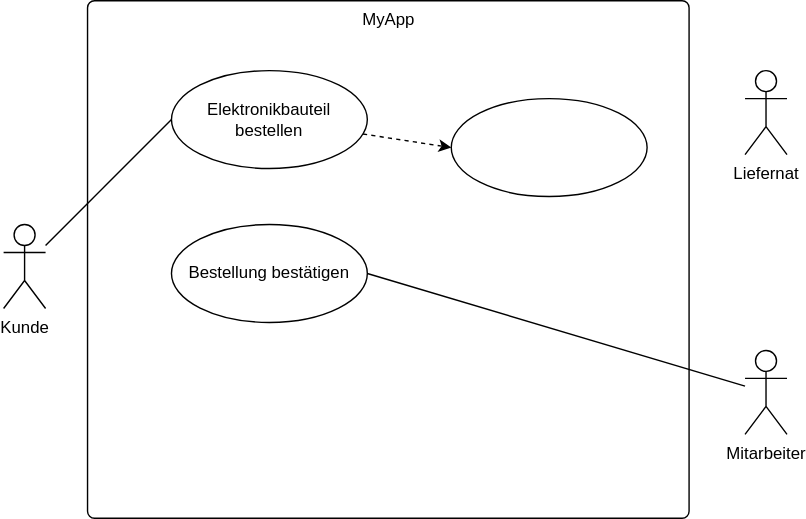
Earlier version of the draw.io export figures/uc-diagram.drawio.svg (reiflja1/gruppenarbeitSE2). Source tidied: cells renumbered, new cells last; positions are measured from the earlier drawing's top-left corner, leaving out a move shared by most shapes.
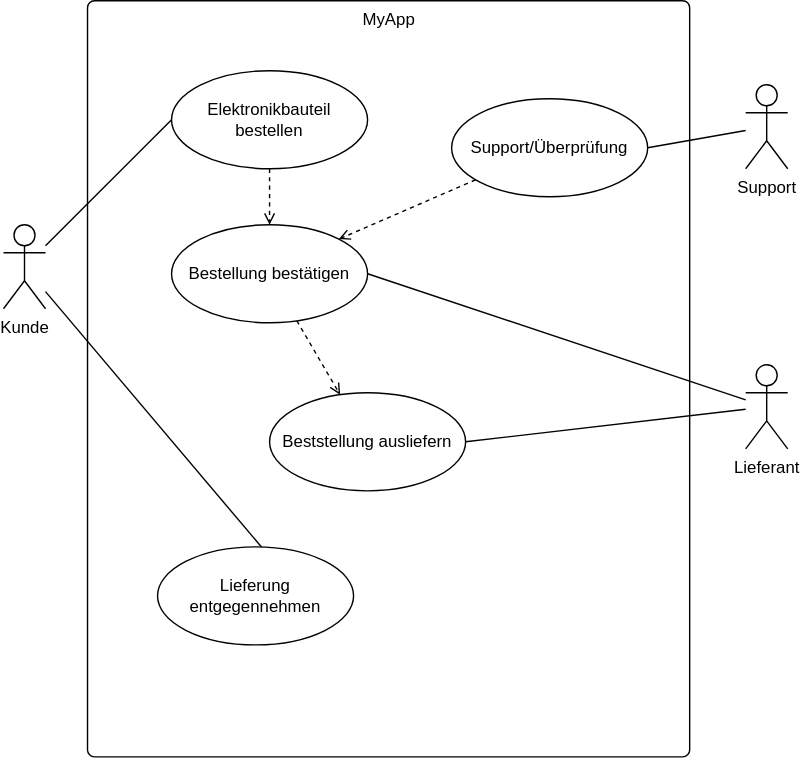
The same file after the commit.

Diff of the diagram source:
```diff
@@ -3,34 +3,55 @@
     <mxCell id="0" />
     <mxCell id="1" parent="0" />
     <mxCell id="2" value="MyApp" style="html=1;align=center;verticalAlign=top;rounded=1;absoluteArcSize=1;arcSize=10;dashed=0;" parent="1" vertex="1">
-      <mxGeometry x="60" width="430" height="370" as="geometry" />
+      <mxGeometry x="60" width="430" height="540" as="geometry" />
     </mxCell>
+    <mxCell id="12" style="edgeStyle=none;sketch=0;html=1;entryX=1;entryY=0.5;entryDx=0;entryDy=0;endArrow=none;endFill=0;" parent="1" edge="1" source="3" target="6">
+      <mxGeometry relative="1" as="geometry" />
+    </mxCell>
+    <mxCell id="13" style="edgeStyle=none;sketch=0;html=1;entryX=1;entryY=0.5;entryDx=0;entryDy=0;endArrow=none;endFill=0;" parent="1" edge="1" source="3" target="19">
+      <mxGeometry relative="1" as="geometry" />
+    </mxCell>
-    <mxCell id="3" value="Liefernat" style="shape=umlActor;verticalLabelPosition=bottom;verticalAlign=top;html=1;" parent="1" vertex="1">
-      <mxGeometry x="530" y="50" width="30" height="60" as="geometry" />
+    <mxCell id="3" value="Lieferant" style="shape=umlActor;verticalLabelPosition=bottom;verticalAlign=top;html=1;" parent="1" vertex="1">
+      <mxGeometry x="530" y="260" width="30" height="60" as="geometry" />
     </mxCell>
-    <mxCell id="4" style="edgeStyle=none;sketch=0;html=1;entryX=0;entryY=0.5;entryDx=0;entryDy=0;endArrow=classic;endFill=1;dashed=1;" parent="1" edge="1" source="5" target="9">
-      <mxGeometry relative="1" as="geometry" />
-    </mxCell>
+    <mxCell id="14" style="edgeStyle=none;sketch=0;html=1;dashed=1;endArrow=open;endFill=0;" parent="1" edge="1" source="5" target="6">
+      <mxGeometry relative="1" as="geometry" />
+    </mxCell>
     <mxCell id="5" value="Elektronikbauteil bestellen" style="ellipse;whiteSpace=wrap;html=1;" parent="1" vertex="1">
       <mxGeometry x="120" y="50" width="140" height="70" as="geometry" />
     </mxCell>
+    <mxCell id="15" style="edgeStyle=none;sketch=0;html=1;endArrow=open;endFill=0;dashed=1;" parent="1" edge="1" source="6" target="19">
+      <mxGeometry relative="1" as="geometry" />
+    </mxCell>
     <mxCell id="6" value="Bestellung bestätigen" style="ellipse;whiteSpace=wrap;html=1;" parent="1" vertex="1">
       <mxGeometry x="120" y="160" width="140" height="70" as="geometry" />
     </mxCell>
     <mxCell id="7" style="edgeStyle=none;sketch=0;html=1;entryX=0;entryY=0.5;entryDx=0;entryDy=0;endArrow=none;endFill=0;" parent="1" edge="1" source="8" target="5">
       <mxGeometry relative="1" as="geometry" />
     </mxCell>
+    <mxCell id="16" style="edgeStyle=none;sketch=0;html=1;entryX=0.57;entryY=0.096;entryDx=0;entryDy=0;entryPerimeter=0;endArrow=none;endFill=0;" parent="1" edge="1" source="8" target="20">
+      <mxGeometry relative="1" as="geometry" />
+    </mxCell>
     <mxCell id="8" value="Kunde" style="shape=umlActor;verticalLabelPosition=bottom;verticalAlign=top;html=1;" parent="1" vertex="1">
       <mxGeometry y="160" width="30" height="60" as="geometry" />
     </mxCell>
+    <mxCell id="17" style="edgeStyle=none;sketch=0;html=1;entryX=1;entryY=0;entryDx=0;entryDy=0;endArrow=open;endFill=0;dashed=1;" parent="1" edge="1" source="9" target="6">
+      <mxGeometry relative="1" as="geometry" />
+    </mxCell>
-    <mxCell id="9" style="ellipse;whiteSpace=wrap;html=1;" parent="1" vertex="1">
+    <mxCell id="9" value="Support/Überprüfung" style="ellipse;whiteSpace=wrap;html=1;" parent="1" vertex="1">
       <mxGeometry x="320" y="70" width="140" height="70" as="geometry" />
     </mxCell>
-    <mxCell id="10" style="edgeStyle=none;sketch=0;html=1;entryX=1;entryY=0.5;entryDx=0;entryDy=0;endArrow=none;endFill=0;" parent="1" edge="1" source="11" target="6">
-      <mxGeometry relative="1" as="geometry" />
-    </mxCell>
+    <mxCell id="18" style="edgeStyle=none;sketch=0;html=1;entryX=1;entryY=0.5;entryDx=0;entryDy=0;endArrow=none;endFill=0;" parent="1" edge="1" source="11" target="9">
+      <mxGeometry relative="1" as="geometry" />
+    </mxCell>
-    <mxCell id="11" value="Mitarbeiter" style="shape=umlActor;verticalLabelPosition=bottom;verticalAlign=top;html=1;" parent="1" vertex="1">
-      <mxGeometry x="530" y="250" width="30" height="60" as="geometry" />
+    <mxCell id="11" value="Support" style="shape=umlActor;verticalLabelPosition=bottom;verticalAlign=top;html=1;" parent="1" vertex="1">
+      <mxGeometry x="530" y="60" width="30" height="60" as="geometry" />
     </mxCell>
+    <mxCell id="19" value="Beststellung ausliefern" style="ellipse;whiteSpace=wrap;html=1;" parent="1" vertex="1">
+      <mxGeometry x="190" y="280" width="140" height="70" as="geometry" />
+    </mxCell>
+    <mxCell id="20" value="Lieferung entgegennehmen" style="ellipse;whiteSpace=wrap;html=1;" parent="1" vertex="1">
+      <mxGeometry x="110" y="390" width="140" height="70" as="geometry" />
+    </mxCell>
   </root>
 </mxGraphModel>
```
